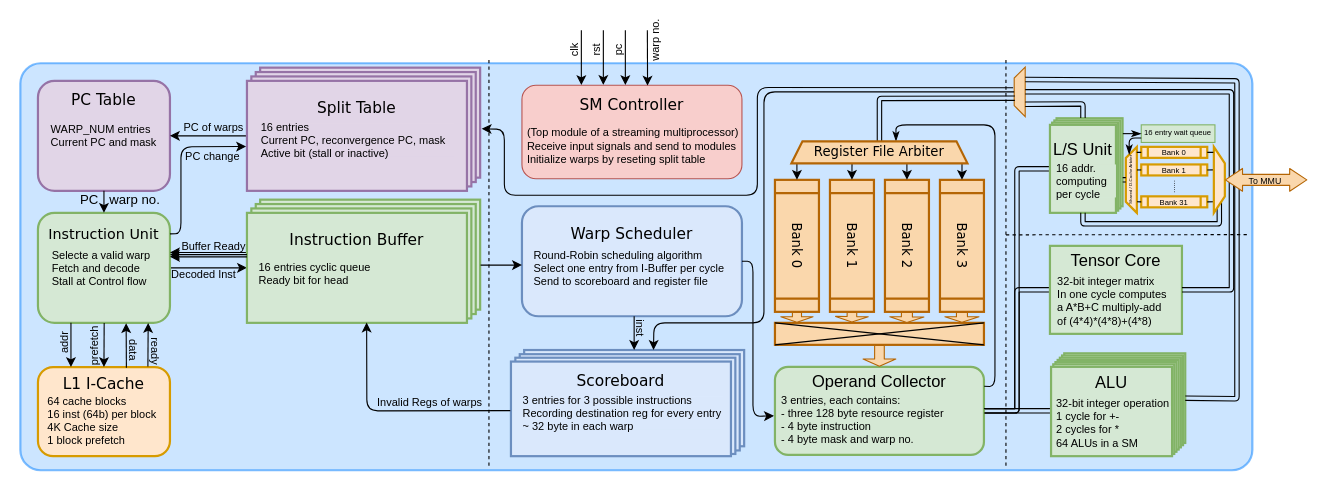
The draw.io diagram docs/src/pipeline.drawio in dolce-project/gelato, before the edit. Source tidied: cells renumbered, new cells numbered last; positions are measured from the earlier drawing's top-left corner, leaving out a move shared by most shapes. Both pictures are drawn from the tidied source at 110%, with x=0, y=0 at pixel (20, 28).
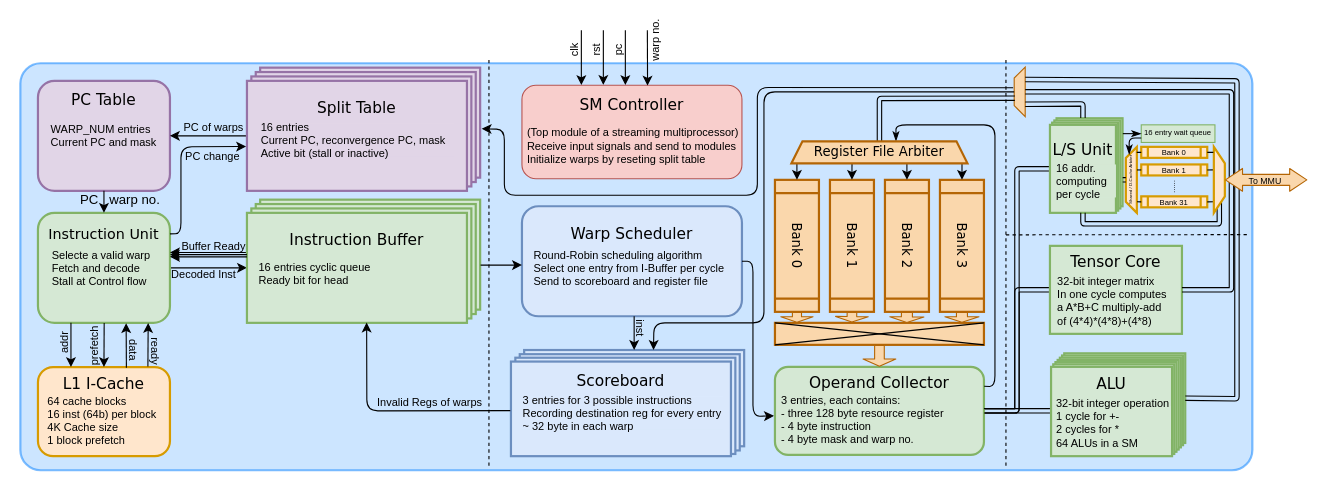
Above is the later version.

What changed in the source:
```diff
@@
-    <mxCell id="59" value="&lt;font style=&quot;font-size: 15px;&quot;&gt;&lt;font color=&quot;#000000&quot;&gt;Operand Collector&lt;br&gt;&lt;/font&gt;&lt;br&gt;&lt;br&gt;&lt;br&gt;&lt;/font&gt;" style="rounded=1;whiteSpace=wrap;html=1;strokeColor=#82b366;strokeWidth=2;fillColor=#d5e8d4;" parent="1" vertex="1">
+    <mxCell id="59" value="&lt;font style=&quot;font-size: 14px;&quot;&gt;&lt;font style=&quot;font-size: 14px;&quot; face=&quot;Verdana&quot;&gt;&lt;font style=&quot;font-size: 14px;&quot; color=&quot;#000000&quot;&gt;Operand Collector&lt;br&gt;&lt;/font&gt;&lt;br&gt;&lt;br&gt;&lt;/font&gt;&lt;br&gt;&lt;/font&gt;" style="rounded=1;whiteSpace=wrap;html=1;strokeColor=#82b366;strokeWidth=2;fillColor=#d5e8d4;" parent="1" vertex="1">
       <mxGeometry x="686" y="308" width="190" height="80" as="geometry" />
     </mxCell>
@@
-    <mxCell id="79" value="&lt;font style=&quot;font-size: 15px;&quot;&gt;ALU&lt;br&gt;&lt;br&gt;&lt;br&gt;&lt;br&gt;&lt;/font&gt;" style="rounded=0;whiteSpace=wrap;html=1;strokeColor=#82b366;fontSize=12;fillColor=#d5e8d4;fontColor=#000000;strokeWidth=2;" parent="1" vertex="1">
+    <mxCell id="79" value="&lt;font style=&quot;font-size: 14px;&quot;&gt;&lt;font style=&quot;font-size: 14px;&quot; face=&quot;Verdana&quot;&gt;ALU&lt;br&gt;&lt;br&gt;&lt;br&gt;&lt;/font&gt;&lt;br&gt;&lt;/font&gt;" style="rounded=0;whiteSpace=wrap;html=1;strokeColor=#82b366;fontSize=12;fillColor=#d5e8d4;fontColor=#000000;strokeWidth=2;" parent="1" vertex="1">
       <mxGeometry x="937" y="308" width="110" height="81.2" as="geometry" />
     </mxCell>
@@
-    <mxCell id="81" value="&lt;font style=&quot;font-size: 15px;&quot;&gt;Tensor Core&lt;br&gt;&lt;br&gt;&lt;br&gt;&lt;br&gt;&lt;/font&gt;" style="rounded=0;whiteSpace=wrap;html=1;strokeColor=#82b366;fontSize=12;fillColor=#d5e8d4;fontColor=#000000;strokeWidth=2;" parent="1" vertex="1">
+    <mxCell id="81" value="&lt;font style=&quot;font-size: 14px;&quot;&gt;&lt;font style=&quot;font-size: 14px;&quot; face=&quot;Verdana&quot;&gt;Tensor Core&lt;br&gt;&lt;br&gt;&lt;br&gt;&lt;/font&gt;&lt;br&gt;&lt;/font&gt;" style="rounded=0;whiteSpace=wrap;html=1;strokeColor=#82b366;fontSize=12;fillColor=#d5e8d4;fontColor=#000000;strokeWidth=2;" parent="1" vertex="1">
       <mxGeometry x="936" y="198" width="120" height="80" as="geometry" />
     </mxCell>
@@
-    <mxCell id="83" value="&lt;font style=&quot;font-size: 15px;&quot;&gt;L/S Unit&lt;br&gt;&lt;br&gt;&lt;br&gt;&lt;/font&gt;" style="rounded=0;whiteSpace=wrap;html=1;strokeColor=#82b366;fontSize=12;fillColor=#d5e8d4;fontColor=#000000;strokeWidth=2;" parent="1" vertex="1">
+    <mxCell id="83" value="&lt;font style=&quot;font-size: 14px;&quot;&gt;&lt;font style=&quot;font-size: 14px;&quot; face=&quot;Verdana&quot;&gt;L/S Unit&lt;br&gt;&lt;br&gt;&lt;/font&gt;&lt;br&gt;&lt;/font&gt;" style="rounded=0;whiteSpace=wrap;html=1;strokeColor=#82b366;fontSize=12;fillColor=#d5e8d4;fontColor=#000000;strokeWidth=2;" parent="1" vertex="1">
       <mxGeometry x="936" y="88" width="60" height="80" as="geometry" />
     </mxCell>
```
